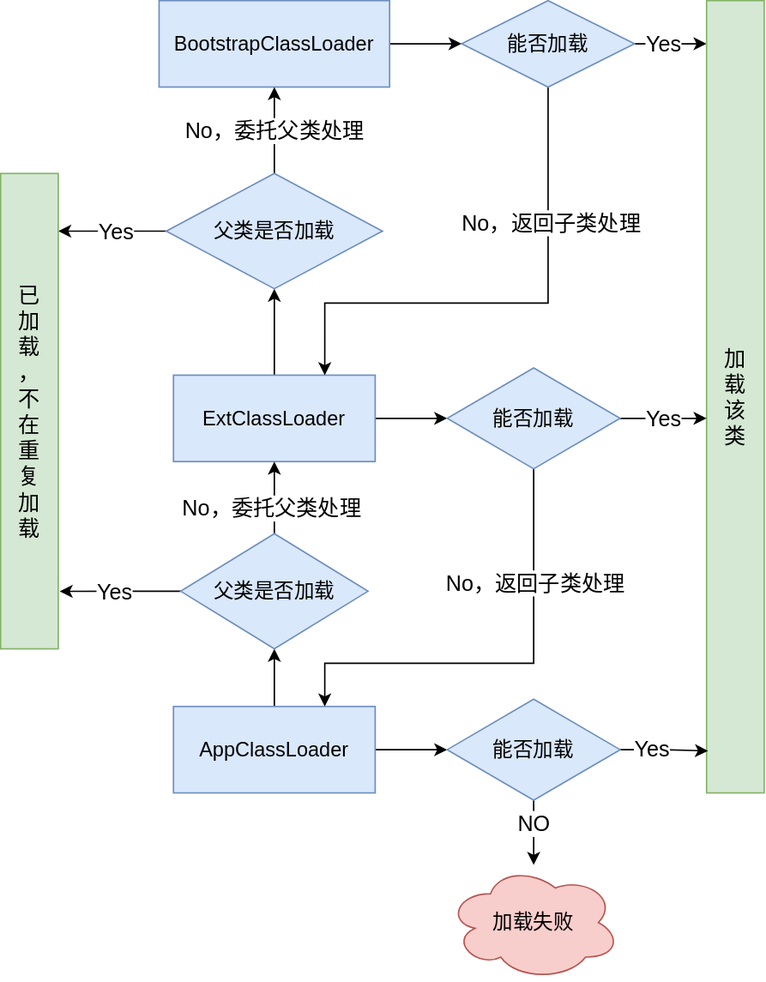
Earlier version of the draw.io export Java/Java基础知识/双亲委派机制.drawio.svg (Developer-Tang/Knowledge-Notes). Source tidied: cells renumbered, new cells last; positions are measured from the earlier drawing's top-left corner, leaving out a move shared by most shapes. Its diagram source:
```xml
<mxGraphModel>
  <root>
    <mxCell id="0" />
    <mxCell id="1" parent="0" />
    <mxCell id="2" style="edgeStyle=orthogonalEdgeStyle;rounded=0;jettySize=auto;html=1;labelBackgroundColor=none;fontColor=default;" parent="1" edge="1" source="4" target="15">
      <mxGeometry relative="1" as="geometry" />
    </mxCell>
    <mxCell id="3" style="edgeStyle=orthogonalEdgeStyle;rounded=0;jettySize=auto;html=1;labelBackgroundColor=none;fontFamily=Helvetica;fontSize=15;fontColor=default;" parent="1" edge="1" source="4" target="37">
      <mxGeometry relative="1" as="geometry" />
    </mxCell>
    <mxCell id="4" value="&lt;p&gt;AppClassLoader&lt;/p&gt;" style="rounded=0;whiteSpace=wrap;html=1;fillColor=#dae8fc;strokeColor=#6c8ebf;fontColor=default;labelBackgroundColor=none;fontStyle=0;fontSize=14;align=center;" parent="1" vertex="1">
      <mxGeometry x="120" y="490" width="140" height="60" as="geometry" />
    </mxCell>
    <mxCell id="5" style="edgeStyle=orthogonalEdgeStyle;rounded=0;jettySize=auto;html=1;labelBackgroundColor=none;fontFamily=Verdana;fontSize=14;fontColor=default;" parent="1" edge="1" source="8" target="20">
      <mxGeometry relative="1" as="geometry" />
    </mxCell>
    <mxCell id="6" value="&lt;span style=&quot;color: rgba(0 , 0 , 0 , 0) ; font-family: monospace ; font-size: 0px ; background-color: rgb(248 , 249 , 250)&quot;&gt;%3CmxGraphModel%3E%3Croot%3E%3CmxCell%20id%3D%220%22%2F%3E%3CmxCell%20id%3D%221%22%20parent%3D%220%22%2F%3E%3CmxCell%20id%3D%222%22%20value%3D%22No%EF%BC%8C%E5%A7%94%E6%89%98%E7%88%B6%E7%B1%BB%E5%A4%84%E7%90%86%22%20style%3D%22edgeLabel%3Bhtml%3D1%3Balign%3Dcenter%3BverticalAlign%3Dmiddle%3Bresizable%3D0%3Bpoints%3D%5B%5D%3BfontSize%3D15%3BfontFamily%3DHelvetica%3B%22%20vertex%3D%221%22%20connectable%3D%220%22%20parent%3D%221%22%3E%3CmxGeometry%20x%3D%22387.9999999999999%22%20y%3D%22501.42857142857144%22%20as%3D%22geometry%22%2F%3E%3C%2FmxCell%3E%3C%2Froot%3E%3C%2FmxGraphModel%3E&lt;/span&gt;&lt;span style=&quot;color: rgba(0 , 0 , 0 , 0) ; font-family: monospace ; font-size: 0px ; background-color: rgb(248 , 249 , 250)&quot;&gt;%3CmxGraphModel%3E%3Croot%3E%3CmxCell%20id%3D%220%22%2F%3E%3CmxCell%20id%3D%221%22%20parent%3D%220%22%2F%3E%3CmxCell%20id%3D%222%22%20value%3D%22No%EF%BC%8C%E5%A7%94%E6%89%98%E7%88%B6%E7%B1%BB%E5%A4%84%E7%90%86%22%20style%3D%22edgeLabel%3Bhtml%3D1%3Balign%3Dcenter%3BverticalAlign%3Dmiddle%3Bresizable%3D0%3Bpoints%3D%5B%5D%3BfontSize%3D15%3BfontFamily%3DHelvetica%3B%22%20vertex%3D%221%22%20connectable%3D%220%22%20parent%3D%221%22%3E%3CmxGeometry%20x%3D%22387.9999999999999%22%20y%3D%22501.42857142857144%22%20as%3D%22geometry%22%2F%3E%3C%2FmxCell%3E%3C%2Froot%3E%3C%2FmxGraphModel%3E&lt;/span&gt;" style="edgeLabel;html=1;align=center;verticalAlign=middle;fontSize=15;fontFamily=Helvetica;" parent="5" vertex="1">
      <mxGeometry x="-0.27" y="-2" relative="1" as="geometry" />
    </mxCell>
    <mxCell id="7" style="edgeStyle=orthogonalEdgeStyle;rounded=0;jettySize=auto;html=1;labelBackgroundColor=none;fontFamily=Helvetica;fontSize=15;fontColor=default;" parent="1" edge="1" source="8" target="32">
      <mxGeometry relative="1" as="geometry" />
    </mxCell>
    <mxCell id="8" value="ExtClassLoader" style="rounded=0;whiteSpace=wrap;html=1;fillColor=#dae8fc;strokeColor=#6c8ebf;fontColor=default;labelBackgroundColor=none;align=center;fontSize=14;" parent="1" vertex="1">
      <mxGeometry x="120" y="260" width="140" height="60" as="geometry" />
    </mxCell>
    <mxCell id="9" style="edgeStyle=orthogonalEdgeStyle;rounded=0;jettySize=auto;html=1;labelBackgroundColor=none;fontFamily=Helvetica;fontSize=15;fontColor=default;" parent="1" edge="1" source="10" target="26">
      <mxGeometry relative="1" as="geometry" />
    </mxCell>
    <mxCell id="10" value="BootstrapClassLoader" style="rounded=0;whiteSpace=wrap;html=1;fillColor=#dae8fc;strokeColor=#6c8ebf;fontColor=default;labelBackgroundColor=none;fontSize=14;" parent="1" vertex="1">
      <mxGeometry x="110" width="160" height="60" as="geometry" />
    </mxCell>
    <mxCell id="11" style="edgeStyle=orthogonalEdgeStyle;rounded=0;jettySize=auto;html=1;labelBackgroundColor=none;fontFamily=Verdana;fontSize=14;fontColor=default;" parent="1" edge="1" source="15" target="8">
      <mxGeometry relative="1" as="geometry" />
    </mxCell>
    <mxCell id="12" value="No，委托父类处理" style="edgeLabel;html=1;align=center;verticalAlign=middle;fontSize=15;fontFamily=Helvetica;" parent="11" vertex="1">
      <mxGeometry x="-0.26" y="2" relative="1" as="geometry" />
    </mxCell>
    <mxCell id="13" style="edgeStyle=orthogonalEdgeStyle;rounded=0;jettySize=auto;html=1;labelBackgroundColor=none;fontFamily=Helvetica;fontSize=15;fontColor=default;entryX=1.025;entryY=0.879;entryDx=0;entryDy=0;entryPerimeter=0;" parent="1" edge="1" source="15" target="21">
      <mxGeometry relative="1" as="geometry" />
    </mxCell>
    <mxCell id="14" value="Yes" style="edgeLabel;html=1;align=center;verticalAlign=middle;fontSize=15;fontFamily=Helvetica;" parent="13" vertex="1">
      <mxGeometry x="-0.2" y="-3" relative="1" as="geometry">
        <mxPoint x="-12" y="3" as="offset" />
      </mxGeometry>
    </mxCell>
    <mxCell id="15" value="父类是否加载&lt;span style=&quot;white-space: pre; font-size: 14px;&quot;&gt;&#9;&lt;/span&gt;" style="rhombus;whiteSpace=wrap;html=1;rounded=0;strokeColor=#6c8ebf;fillColor=#dae8fc;fontSize=14;fontStyle=0;" parent="1" vertex="1">
      <mxGeometry x="125" y="370" width="130" height="80" as="geometry" />
    </mxCell>
    <mxCell id="16" style="edgeStyle=orthogonalEdgeStyle;rounded=0;jettySize=auto;html=1;labelBackgroundColor=none;fontFamily=Verdana;fontSize=14;fontColor=default;" parent="1" edge="1" source="20" target="10">
      <mxGeometry relative="1" as="geometry" />
    </mxCell>
    <mxCell id="17" value="No，委托父类处理" style="edgeLabel;html=1;align=center;verticalAlign=middle;fontSize=15;fontFamily=Helvetica;" parent="16" vertex="1">
      <mxGeometry x="-0.34" relative="1" as="geometry">
        <mxPoint y="-10" as="offset" />
      </mxGeometry>
    </mxCell>
    <mxCell id="18" style="edgeStyle=orthogonalEdgeStyle;rounded=0;jettySize=auto;html=1;labelBackgroundColor=none;fontFamily=Helvetica;fontSize=15;fontColor=default;" parent="1" edge="1" source="20" target="21">
      <mxGeometry relative="1" as="geometry">
        <Array as="points">
          <mxPoint x="60" y="160" />
          <mxPoint x="60" y="160" />
        </Array>
      </mxGeometry>
    </mxCell>
    <mxCell id="19" value="Yes" style="edgeLabel;html=1;align=center;verticalAlign=middle;fontSize=15;fontFamily=Helvetica;" parent="18" vertex="1">
      <mxGeometry x="-0.3" y="-2" relative="1" as="geometry">
        <mxPoint x="-9" y="2" as="offset" />
      </mxGeometry>
    </mxCell>
    <mxCell id="20" value="&lt;span&gt;父类是否加载&lt;/span&gt;&lt;span&gt;&#9;&lt;/span&gt;" style="rhombus;whiteSpace=wrap;html=1;rounded=0;fontSize=14;strokeColor=#6c8ebf;fillColor=#dae8fc;" parent="1" vertex="1">
      <mxGeometry x="115" y="120" width="150" height="80" as="geometry" />
    </mxCell>
    <mxCell id="21" value="&lt;div style=&quot;font-size: 15px;&quot;&gt;&lt;span style=&quot;font-size: 15px;&quot;&gt;已&lt;/span&gt;&lt;/div&gt;&lt;div style=&quot;font-size: 15px;&quot;&gt;&lt;span style=&quot;font-size: 15px;&quot;&gt;加&lt;/span&gt;&lt;/div&gt;&lt;div style=&quot;font-size: 15px;&quot;&gt;&lt;span style=&quot;font-size: 15px;&quot;&gt;载&lt;/span&gt;&lt;/div&gt;&lt;div style=&quot;font-size: 15px;&quot;&gt;&lt;span style=&quot;font-size: 15px;&quot;&gt;，&lt;/span&gt;&lt;/div&gt;&lt;div style=&quot;font-size: 15px;&quot;&gt;&lt;span style=&quot;font-size: 15px;&quot;&gt;不&lt;/span&gt;&lt;/div&gt;&lt;div style=&quot;font-size: 15px;&quot;&gt;&lt;span style=&quot;font-size: 15px;&quot;&gt;在&lt;/span&gt;&lt;/div&gt;&lt;div style=&quot;font-size: 15px;&quot;&gt;&lt;span style=&quot;font-size: 15px;&quot;&gt;重&lt;/span&gt;&lt;/div&gt;&lt;div style=&quot;font-size: 15px;&quot;&gt;&lt;span style=&quot;font-size: 15px;&quot;&gt;复&lt;/span&gt;&lt;/div&gt;&lt;div style=&quot;font-size: 15px;&quot;&gt;&lt;span style=&quot;font-size: 15px;&quot;&gt;加&lt;/span&gt;&lt;/div&gt;&lt;div style=&quot;font-size: 15px;&quot;&gt;&lt;span style=&quot;font-size: 15px;&quot;&gt;载&lt;/span&gt;&lt;/div&gt;" style="rounded=0;whiteSpace=wrap;html=1;fontFamily=Helvetica;fontSize=15;strokeColor=#82b366;fillColor=#d5e8d4;horizontal=1;align=center;" parent="1" vertex="1">
      <mxGeometry y="120" width="40" height="330" as="geometry" />
    </mxCell>
    <mxCell id="22" style="edgeStyle=orthogonalEdgeStyle;rounded=0;jettySize=auto;html=1;exitX=0.5;exitY=1;exitDx=0;exitDy=0;labelBackgroundColor=none;fontFamily=Helvetica;fontSize=15;fontColor=default;entryX=0.75;entryY=0;entryDx=0;entryDy=0;" parent="1" edge="1" source="26" target="8">
      <mxGeometry relative="1" as="geometry">
        <Array as="points">
          <mxPoint x="380" y="210" />
          <mxPoint x="225" y="210" />
        </Array>
      </mxGeometry>
    </mxCell>
    <mxCell id="23" value="No，返回子类处理" style="edgeLabel;html=1;align=center;verticalAlign=middle;fontSize=15;fontFamily=Helvetica;" parent="22" vertex="1">
      <mxGeometry x="-0.47" y="2" relative="1" as="geometry" />
    </mxCell>
    <mxCell id="24" style="edgeStyle=orthogonalEdgeStyle;rounded=0;jettySize=auto;html=1;labelBackgroundColor=none;fontFamily=Helvetica;fontSize=15;fontColor=default;" parent="1" edge="1" source="26" target="27">
      <mxGeometry relative="1" as="geometry">
        <Array as="points">
          <mxPoint x="490" y="30" />
          <mxPoint x="490" y="30" />
        </Array>
      </mxGeometry>
    </mxCell>
    <mxCell id="25" value="Yes" style="edgeLabel;html=1;align=center;verticalAlign=middle;fontSize=15;fontFamily=Helvetica;" parent="24" vertex="1">
      <mxGeometry x="-0.28" y="1" relative="1" as="geometry">
        <mxPoint x="2" y="1" as="offset" />
      </mxGeometry>
    </mxCell>
    <mxCell id="26" value="能否加载" style="rhombus;whiteSpace=wrap;html=1;rounded=0;fontSize=14;strokeColor=#6c8ebf;fillColor=#dae8fc;" parent="1" vertex="1">
      <mxGeometry x="320" width="120" height="60" as="geometry" />
    </mxCell>
    <mxCell id="27" value="&lt;div style=&quot;font-size: 15px&quot;&gt;加&lt;/div&gt;&lt;div style=&quot;font-size: 15px&quot;&gt;载&lt;/div&gt;&lt;div style=&quot;font-size: 15px&quot;&gt;该&lt;/div&gt;&lt;div style=&quot;font-size: 15px&quot;&gt;类&lt;/div&gt;" style="rounded=0;whiteSpace=wrap;html=1;fontFamily=Helvetica;fontSize=15;strokeColor=#82b366;fillColor=#d5e8d4;horizontal=1;align=center;" parent="1" vertex="1">
      <mxGeometry x="490" width="40" height="550" as="geometry" />
    </mxCell>
    <mxCell id="28" style="edgeStyle=orthogonalEdgeStyle;rounded=0;jettySize=auto;html=1;labelBackgroundColor=none;fontFamily=Helvetica;fontSize=15;fontColor=default;" parent="1" edge="1" source="32">
      <mxGeometry relative="1" as="geometry">
        <mxPoint x="490" y="290" as="targetPoint" />
        <Array as="points">
          <mxPoint x="490" y="290" />
        </Array>
      </mxGeometry>
    </mxCell>
    <mxCell id="29" value="Yes" style="edgeLabel;html=1;align=center;verticalAlign=middle;fontSize=15;fontFamily=Helvetica;" parent="28" vertex="1">
      <mxGeometry x="-0.25" y="1" relative="1" as="geometry">
        <mxPoint x="8" y="1" as="offset" />
      </mxGeometry>
    </mxCell>
    <mxCell id="30" style="edgeStyle=orthogonalEdgeStyle;rounded=0;jettySize=auto;html=1;exitX=0.5;exitY=1;exitDx=0;exitDy=0;labelBackgroundColor=none;fontFamily=Helvetica;fontSize=15;fontColor=default;entryX=0.75;entryY=0;entryDx=0;entryDy=0;" parent="1" edge="1" source="32" target="4">
      <mxGeometry relative="1" as="geometry">
        <Array as="points">
          <mxPoint x="370" y="460" />
          <mxPoint x="225" y="460" />
        </Array>
      </mxGeometry>
    </mxCell>
    <mxCell id="31" value="No，返回子类处理" style="edgeLabel;html=1;align=center;verticalAlign=middle;fontSize=15;fontFamily=Helvetica;" parent="30" vertex="1">
      <mxGeometry x="-0.49" y="1" relative="1" as="geometry" />
    </mxCell>
    <mxCell id="32" value="能否加载" style="rhombus;whiteSpace=wrap;html=1;rounded=0;fontSize=14;strokeColor=#6c8ebf;fillColor=#dae8fc;" parent="1" vertex="1">
      <mxGeometry x="310" y="255" width="120" height="70" as="geometry" />
    </mxCell>
    <mxCell id="33" style="edgeStyle=orthogonalEdgeStyle;rounded=0;jettySize=auto;html=1;labelBackgroundColor=none;fontFamily=Helvetica;fontSize=15;fontColor=default;entryX=0.025;entryY=0.947;entryDx=0;entryDy=0;entryPerimeter=0;" parent="1" edge="1" source="37" target="27">
      <mxGeometry relative="1" as="geometry" />
    </mxCell>
    <mxCell id="34" value="Yes" style="edgeLabel;html=1;align=center;verticalAlign=middle;fontSize=15;fontFamily=Helvetica;" parent="33" vertex="1">
      <mxGeometry x="-0.3" y="1" relative="1" as="geometry" />
    </mxCell>
    <mxCell id="35" style="edgeStyle=orthogonalEdgeStyle;rounded=0;jettySize=auto;html=1;labelBackgroundColor=none;fontFamily=Helvetica;fontSize=15;fontColor=default;" parent="1" edge="1" source="37" target="38">
      <mxGeometry relative="1" as="geometry">
        <Array as="points">
          <mxPoint x="370" y="570" />
          <mxPoint x="370" y="570" />
        </Array>
      </mxGeometry>
    </mxCell>
    <mxCell id="36" value="NO" style="edgeLabel;html=1;align=center;verticalAlign=middle;fontSize=15;fontFamily=Helvetica;" parent="35" vertex="1">
      <mxGeometry x="-0.3" relative="1" as="geometry" />
    </mxCell>
    <mxCell id="37" value="能否加载" style="rhombus;whiteSpace=wrap;html=1;rounded=0;fontSize=14;strokeColor=#6c8ebf;fillColor=#dae8fc;" parent="1" vertex="1">
      <mxGeometry x="310" y="485" width="120" height="70" as="geometry" />
    </mxCell>
    <mxCell id="38" value="加载失败" style="ellipse;shape=cloud;whiteSpace=wrap;html=1;rounded=0;fontSize=14;strokeColor=#b85450;fillColor=#f8cecc;" parent="1" vertex="1">
      <mxGeometry x="310" y="600" width="120" height="80" as="geometry" />
    </mxCell>
  </root>
</mxGraphModel>
```
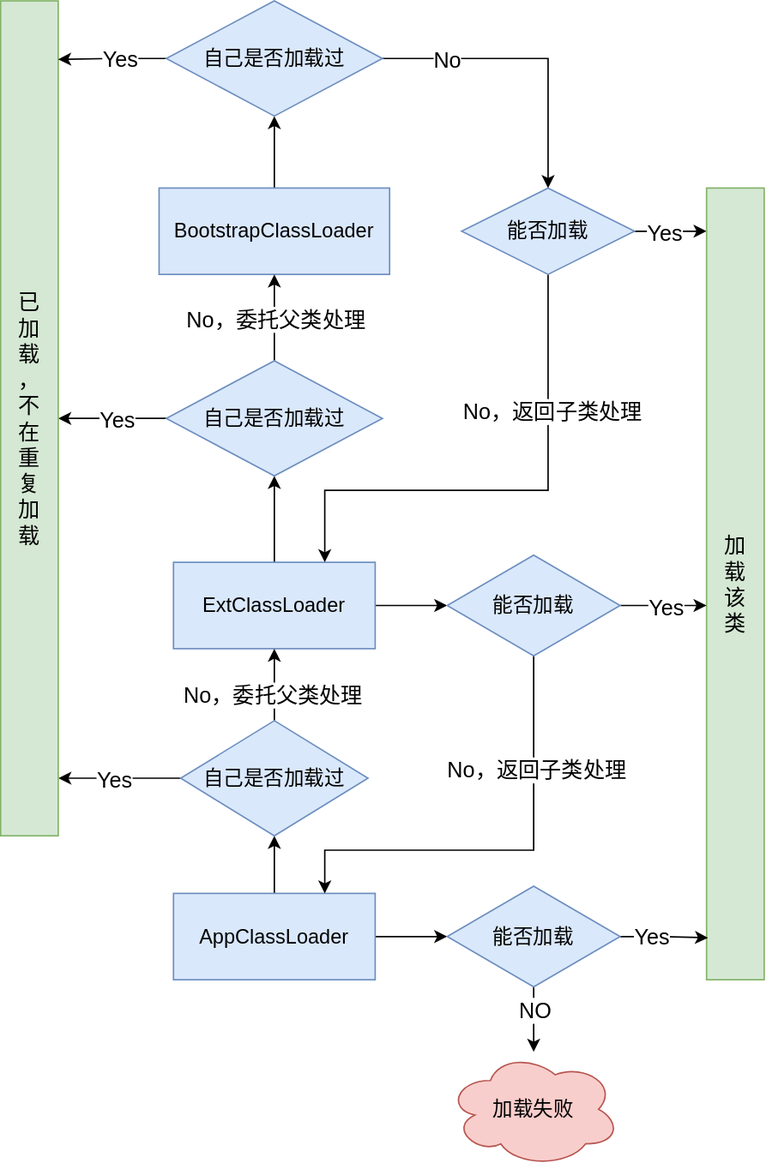
Above is the later version.

What changed in the source:
```diff
@@ -23,9 +23,9 @@
     <mxCell id="8" value="ExtClassLoader" style="rounded=0;whiteSpace=wrap;html=1;fillColor=#dae8fc;strokeColor=#6c8ebf;fontColor=default;labelBackgroundColor=none;align=center;fontSize=14;" parent="1" vertex="1">
       <mxGeometry x="120" y="260" width="140" height="60" as="geometry" />
     </mxCell>
-    <mxCell id="9" style="edgeStyle=orthogonalEdgeStyle;rounded=0;jettySize=auto;html=1;labelBackgroundColor=none;fontFamily=Helvetica;fontSize=15;fontColor=default;" parent="1" edge="1" source="10" target="26">
-      <mxGeometry relative="1" as="geometry" />
-    </mxCell>
+    <mxCell id="39" style="edgeStyle=orthogonalEdgeStyle;rounded=0;jettySize=auto;html=1;" parent="1" edge="1" source="10" target="44">
+      <mxGeometry relative="1" as="geometry" />
+    </mxCell>
     <mxCell id="10" value="BootstrapClassLoader" style="rounded=0;whiteSpace=wrap;html=1;fillColor=#dae8fc;strokeColor=#6c8ebf;fontColor=default;labelBackgroundColor=none;fontSize=14;" parent="1" vertex="1">
       <mxGeometry x="110" width="160" height="60" as="geometry" />
     </mxCell>
@@ -35,7 +35,7 @@
     <mxCell id="12" value="No，委托父类处理" style="edgeLabel;html=1;align=center;verticalAlign=middle;fontSize=15;fontFamily=Helvetica;" parent="11" vertex="1">
       <mxGeometry x="-0.26" y="2" relative="1" as="geometry" />
     </mxCell>
-    <mxCell id="13" style="edgeStyle=orthogonalEdgeStyle;rounded=0;jettySize=auto;html=1;labelBackgroundColor=none;fontFamily=Helvetica;fontSize=15;fontColor=default;entryX=1.025;entryY=0.879;entryDx=0;entryDy=0;entryPerimeter=0;" parent="1" edge="1" source="15" target="21">
+    <mxCell id="13" style="edgeStyle=orthogonalEdgeStyle;rounded=0;jettySize=auto;html=1;labelBackgroundColor=none;fontFamily=Helvetica;fontSize=15;fontColor=default;entryX=1.002;entryY=0.931;entryDx=0;entryDy=0;entryPerimeter=0;" parent="1" edge="1" source="15" target="21">
       <mxGeometry relative="1" as="geometry" />
     </mxCell>
     <mxCell id="14" value="Yes" style="edgeLabel;html=1;align=center;verticalAlign=middle;fontSize=15;fontFamily=Helvetica;" parent="13" vertex="1">
@@ -43,7 +43,7 @@
         <mxPoint x="-12" y="3" as="offset" />
       </mxGeometry>
     </mxCell>
-    <mxCell id="15" value="父类是否加载&lt;span style=&quot;white-space: pre; font-size: 14px;&quot;&gt;&#9;&lt;/span&gt;" style="rhombus;whiteSpace=wrap;html=1;rounded=0;strokeColor=#6c8ebf;fillColor=#dae8fc;fontSize=14;fontStyle=0;" parent="1" vertex="1">
+    <mxCell id="15" value="自己是否加载过" style="rhombus;whiteSpace=wrap;html=1;rounded=0;strokeColor=#6c8ebf;fillColor=#dae8fc;fontSize=14;fontStyle=0;" parent="1" vertex="1">
       <mxGeometry x="125" y="370" width="130" height="80" as="geometry" />
     </mxCell>
     <mxCell id="16" style="edgeStyle=orthogonalEdgeStyle;rounded=0;jettySize=auto;html=1;labelBackgroundColor=none;fontFamily=Verdana;fontSize=14;fontColor=default;" parent="1" edge="1" source="20" target="10">
@@ -67,11 +67,11 @@
         <mxPoint x="-9" y="2" as="offset" />
       </mxGeometry>
     </mxCell>
-    <mxCell id="20" value="&lt;span&gt;父类是否加载&lt;/span&gt;&lt;span&gt;&#9;&lt;/span&gt;" style="rhombus;whiteSpace=wrap;html=1;rounded=0;fontSize=14;strokeColor=#6c8ebf;fillColor=#dae8fc;" parent="1" vertex="1">
+    <mxCell id="20" value="自己是否加载过" style="rhombus;whiteSpace=wrap;html=1;rounded=0;fontSize=14;strokeColor=#6c8ebf;fillColor=#dae8fc;" parent="1" vertex="1">
       <mxGeometry x="115" y="120" width="150" height="80" as="geometry" />
     </mxCell>
     <mxCell id="21" value="&lt;div style=&quot;font-size: 15px;&quot;&gt;&lt;span style=&quot;font-size: 15px;&quot;&gt;已&lt;/span&gt;&lt;/div&gt;&lt;div style=&quot;font-size: 15px;&quot;&gt;&lt;span style=&quot;font-size: 15px;&quot;&gt;加&lt;/span&gt;&lt;/div&gt;&lt;div style=&quot;font-size: 15px;&quot;&gt;&lt;span style=&quot;font-size: 15px;&quot;&gt;载&lt;/span&gt;&lt;/div&gt;&lt;div style=&quot;font-size: 15px;&quot;&gt;&lt;span style=&quot;font-size: 15px;&quot;&gt;，&lt;/span&gt;&lt;/div&gt;&lt;div style=&quot;font-size: 15px;&quot;&gt;&lt;span style=&quot;font-size: 15px;&quot;&gt;不&lt;/span&gt;&lt;/div&gt;&lt;div style=&quot;font-size: 15px;&quot;&gt;&lt;span style=&quot;font-size: 15px;&quot;&gt;在&lt;/span&gt;&lt;/div&gt;&lt;div style=&quot;font-size: 15px;&quot;&gt;&lt;span style=&quot;font-size: 15px;&quot;&gt;重&lt;/span&gt;&lt;/div&gt;&lt;div style=&quot;font-size: 15px;&quot;&gt;&lt;span style=&quot;font-size: 15px;&quot;&gt;复&lt;/span&gt;&lt;/div&gt;&lt;div style=&quot;font-size: 15px;&quot;&gt;&lt;span style=&quot;font-size: 15px;&quot;&gt;加&lt;/span&gt;&lt;/div&gt;&lt;div style=&quot;font-size: 15px;&quot;&gt;&lt;span style=&quot;font-size: 15px;&quot;&gt;载&lt;/span&gt;&lt;/div&gt;" style="rounded=0;whiteSpace=wrap;html=1;fontFamily=Helvetica;fontSize=15;strokeColor=#82b366;fillColor=#d5e8d4;horizontal=1;align=center;" parent="1" vertex="1">
-      <mxGeometry y="120" width="40" height="330" as="geometry" />
+      <mxGeometry y="-130" width="40" height="580" as="geometry" />
     </mxCell>
     <mxCell id="22" style="edgeStyle=orthogonalEdgeStyle;rounded=0;jettySize=auto;html=1;exitX=0.5;exitY=1;exitDx=0;exitDy=0;labelBackgroundColor=none;fontFamily=Helvetica;fontSize=15;fontColor=default;entryX=0.75;entryY=0;entryDx=0;entryDy=0;" parent="1" edge="1" source="26" target="8">
       <mxGeometry relative="1" as="geometry">
@@ -153,5 +153,24 @@
     <mxCell id="38" value="加载失败" style="ellipse;shape=cloud;whiteSpace=wrap;html=1;rounded=0;fontSize=14;strokeColor=#b85450;fillColor=#f8cecc;" parent="1" vertex="1">
       <mxGeometry x="310" y="600" width="120" height="80" as="geometry" />
     </mxCell>
+    <mxCell id="40" style="edgeStyle=orthogonalEdgeStyle;rounded=0;jettySize=auto;html=1;entryX=0.998;entryY=0.07;entryDx=0;entryDy=0;entryPerimeter=0;" parent="1" edge="1" source="44" target="21">
+      <mxGeometry relative="1" as="geometry" />
+    </mxCell>
+    <mxCell id="41" value="&lt;span style=&quot;font-size: 15px&quot;&gt;Yes&lt;/span&gt;" style="edgeLabel;html=1;align=center;verticalAlign=middle;" parent="40" vertex="1">
+      <mxGeometry x="0.29" y="-2" relative="1" as="geometry">
+        <mxPoint x="15" y="1" as="offset" />
+      </mxGeometry>
+    </mxCell>
+    <mxCell id="42" style="edgeStyle=orthogonalEdgeStyle;rounded=0;jettySize=auto;html=1;exitX=1;exitY=0.5;exitDx=0;exitDy=0;entryX=0.5;entryY=0;entryDx=0;entryDy=0;" parent="1" edge="1" source="44" target="26">
+      <mxGeometry relative="1" as="geometry" />
+    </mxCell>
+    <mxCell id="43" value="&lt;span style=&quot;font-size: 15px&quot;&gt;No&lt;/span&gt;" style="edgeLabel;html=1;align=center;verticalAlign=middle;" parent="42" vertex="1">
+      <mxGeometry x="-0.73" y="-3" relative="1" as="geometry">
+        <mxPoint x="17" y="-3" as="offset" />
+      </mxGeometry>
+    </mxCell>
+    <mxCell id="44" value="自己是否加载过" style="rhombus;whiteSpace=wrap;html=1;rounded=0;fontSize=14;strokeColor=#6c8ebf;fillColor=#dae8fc;" parent="1" vertex="1">
+      <mxGeometry x="115" y="-130" width="150" height="80" as="geometry" />
+    </mxCell>
   </root>
 </mxGraphModel>
```
